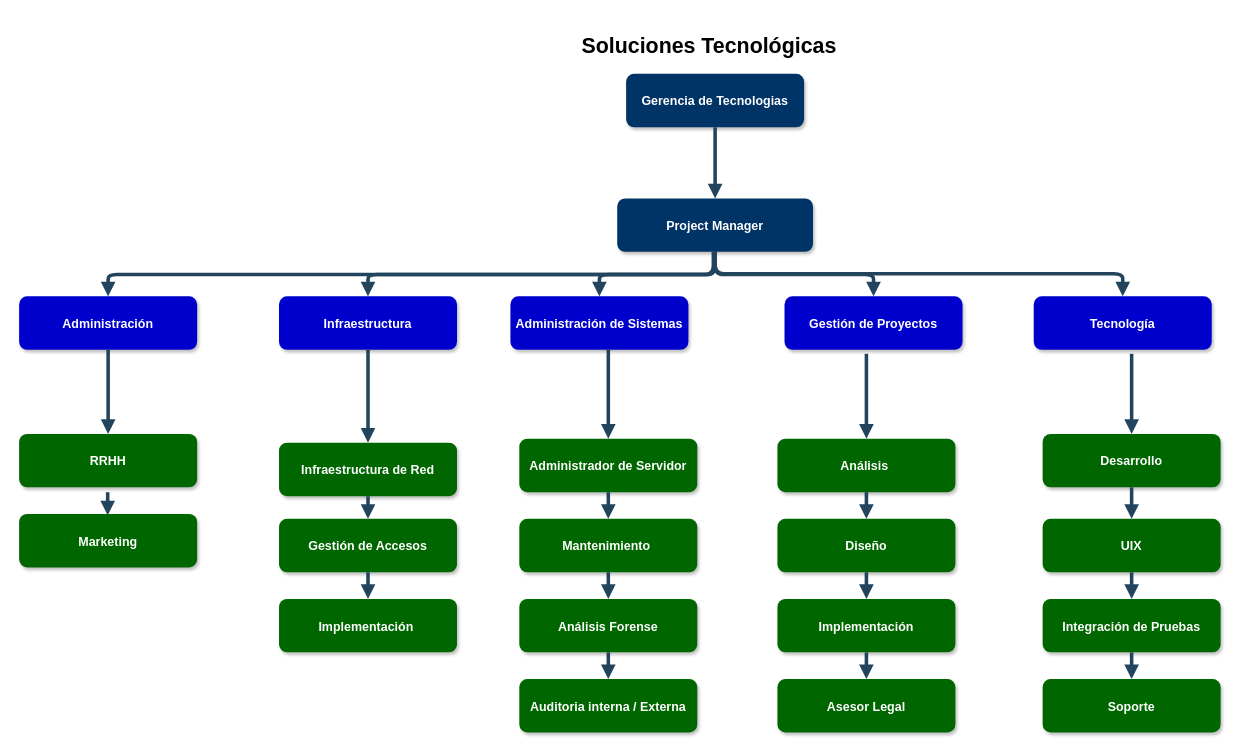
The draw.io diagram Diagrama sin título.drawio in jramose2/Redes, before the edit. Source tidied: cells renumbered, new cells numbered last; positions are measured from the earlier drawing's top-left corner, leaving out a move shared by most shapes. Both pictures are drawn from the tidied source at 89%, with x=0, y=0 at pixel (-143, 15).
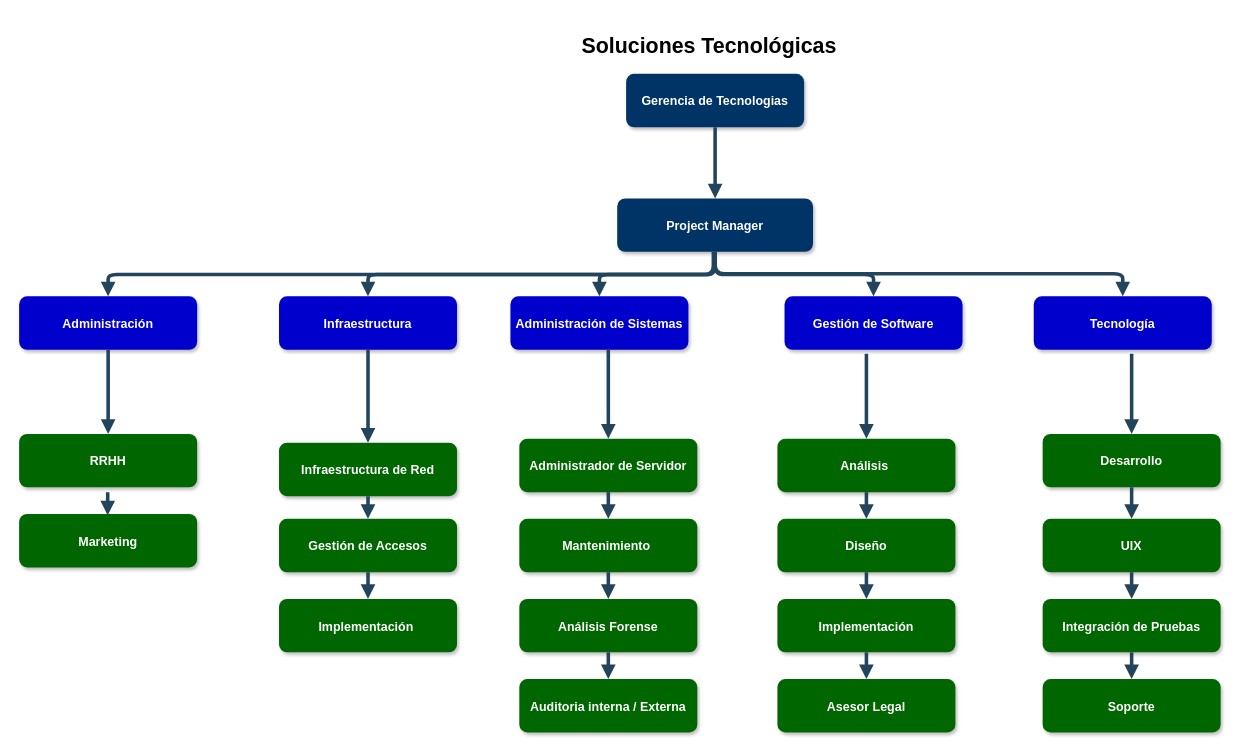
The same diagram, later.

What changed in the source:
```diff
@@
-    <mxCell id="6" value="Gestión de Proyectos" style="rounded=1;fillColor=#0000CC;strokeColor=none;shadow=1;gradientColor=none;fontStyle=1;fontColor=#FFFFFF;fontSize=14;" parent="1" vertex="1">
+    <mxCell id="6" value="Gestión de Software" style="rounded=1;fillColor=#0000CC;strokeColor=none;shadow=1;gradientColor=none;fontStyle=1;fontColor=#FFFFFF;fontSize=14;" parent="1" vertex="1">
       <mxGeometry x="1042" y="315.5" width="200" height="60" as="geometry" />
     </mxCell>
```
